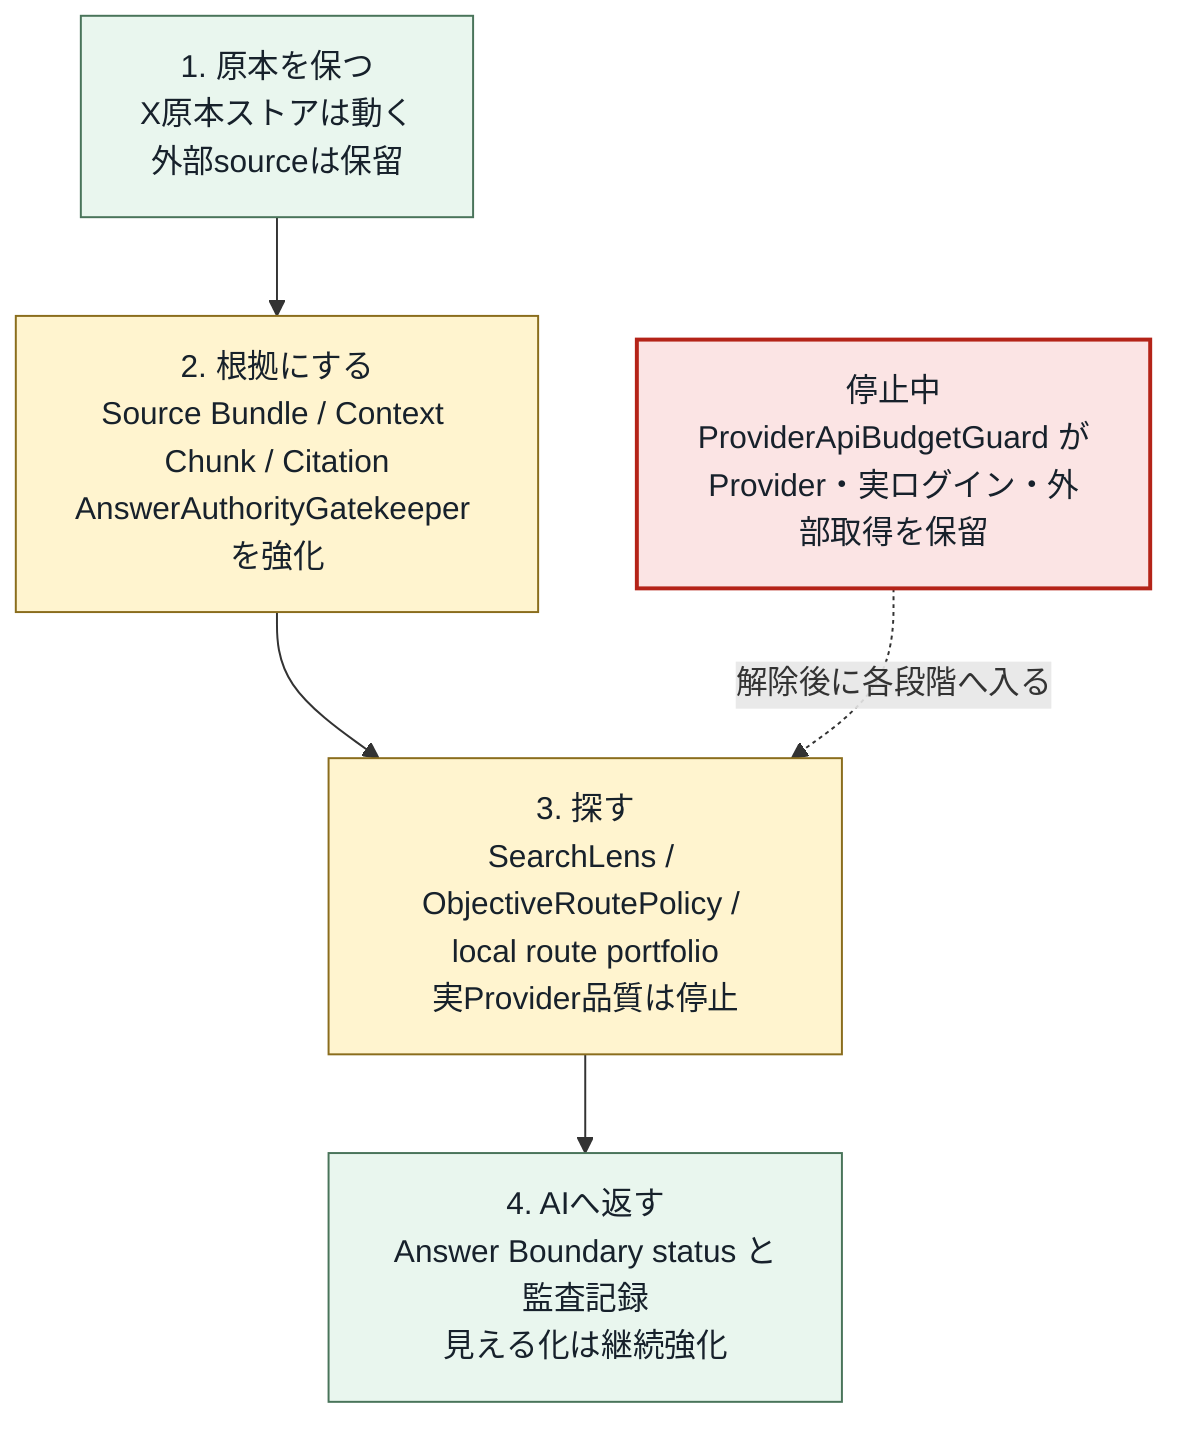
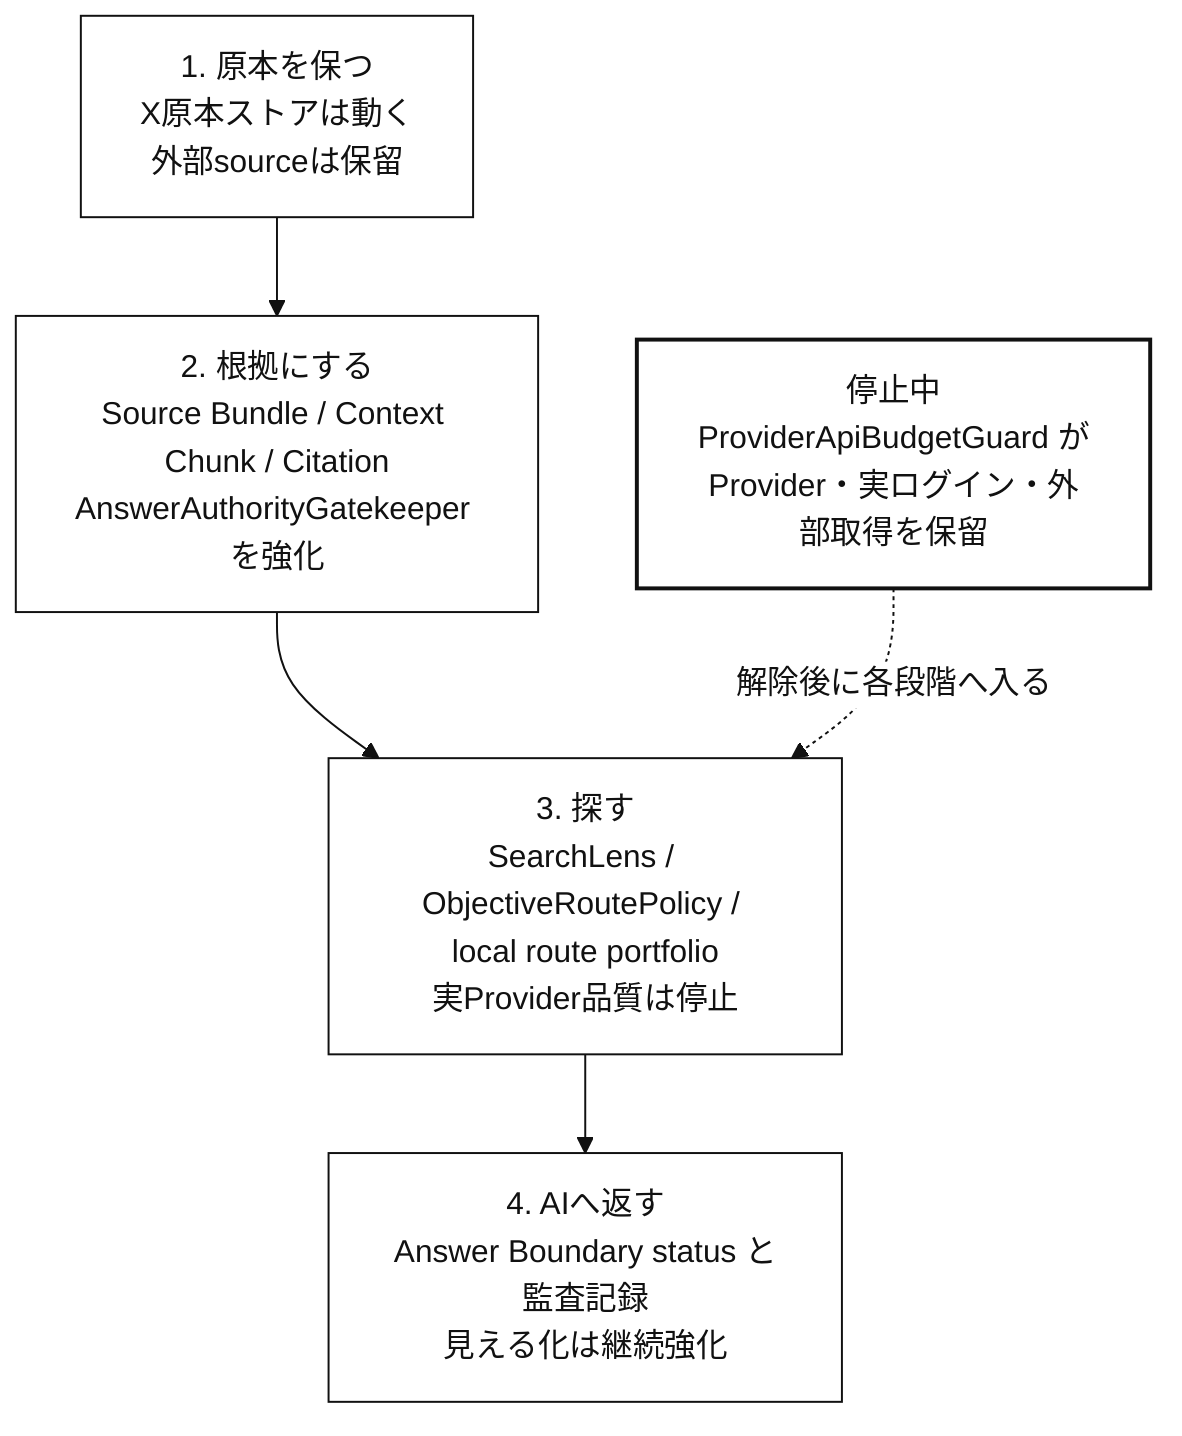
+ %%{init: {"theme":"base","themeVariables":{"background":"#ffffff","primaryColor":"#ffffff","primaryBorderColor":"#111111","primaryTextColor":"#111111","secondaryColor":"#ffffff","secondaryBorderColor":"#111111","secondaryTextColor":"#111111","tertiaryColor":"#ffffff","tertiaryBorderColor":"#111111","tertiaryTextColor":"#111111","lineColor":"#111111","textColor":"#111111","mainBkg":"#ffffff","secondBkg":"#ffffff","actorBkg":"#ffffff","actorBorder":"#111111","actorTextColor":"#111111","activationBkgColor":"#ffffff","activationBorderColor":"#111111","noteBkgColor":"#ffffff","noteBorderColor":"#111111","labelBoxBkgColor":"#ffffff","labelBoxBorderColor":"#111111","signalColor":"#111111","signalTextColor":"#111111","loopTextColor":"#111111"}}}%%
flowchart TB
  %% 現状のWBS / ロードマップ図: 主経路のどこが動き、どこが保留かを見る

-   classDef done fill:#e9f6ee,stroke:#49745a,color:#17212b
-   classDef next fill:#fff4cf,stroke:#8a6d1d,color:#17212b
-   classDef gate fill:#fbe4e4,stroke:#b42318,color:#17212b,stroke-width:2px
+   classDef done fill:#ffffff,stroke:#111111,color:#111111
+   classDef next fill:#ffffff,stroke:#111111,color:#111111
+   classDef gate fill:#ffffff,stroke:#111111,color:#111111,stroke-width:2px

  source["1. 原本を保つ<br/>X原本ストアは動く<br/>外部sourceは保留"]:::done
  evidence["2. 根拠にする<br/>Source Bundle / Context Chunk / Citation<br/>AnswerAuthorityGatekeeper を強化"]:::next
  search["3. 探す<br/>SearchLens / ObjectiveRoutePolicy / local route portfolio<br/>実Provider品質は停止"]:::next
  tool["4. AIへ返す<br/>Answer Boundary status と監査記録<br/>見える化は継続強化"]:::done
  gate["停止中<br/>ProviderApiBudgetGuard がProvider・実ログイン・外部取得を保留"]:::gate

  source --> evidence --> search --> tool
  gate -. "解除後に各段階へ入る" .-> search
